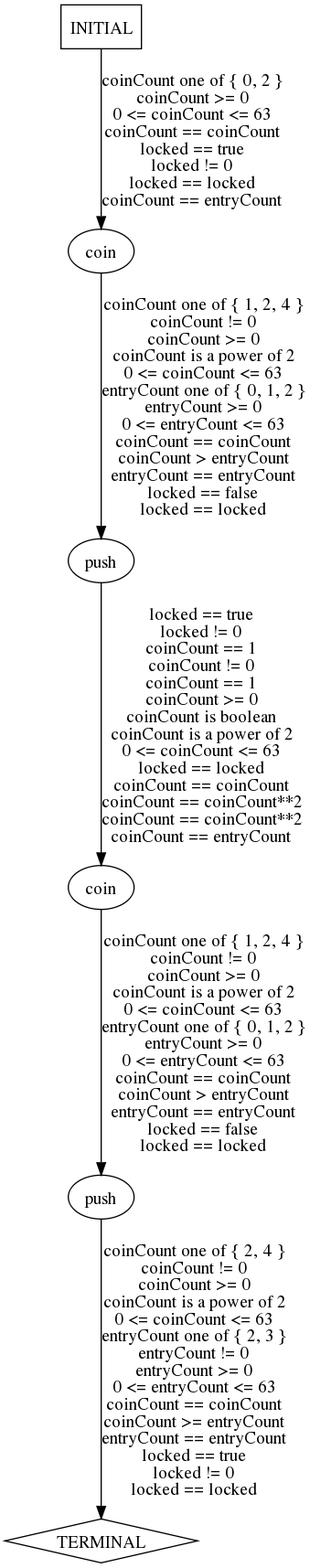
Earlier version of the Graphviz export traces/abstract/turnstile-example/predicted-paths/turnstile-example-test4.dot.png (ModelInference/synoptic). Its source is kept beside it as traces/abstract/turnstile-example/predicted-paths/turnstile-example-test4.dot. Source of this version:
```dot
digraph {
  0 [label="coin"];
  1 [label="coin"];
  2 [label="push"];
  3 [label="push"];
  4 [label="TERMINAL",shape=diamond];
  5 [label="INITIAL",shape=box];
0->2 [label="coinCount one of { 1, 2, 4 }\ncoinCount != 0\ncoinCount >= 0\ncoinCount is a power of 2\n0 <= coinCount <= 63\nentryCount one of { 0, 1, 2 }\nentryCount >= 0\n0 <= entryCount <= 63\ncoinCount == coinCount\ncoinCount > entryCount\nentryCount == entryCount\nlocked == false\nlocked == locked",];
1->3 [label="coinCount one of { 1, 2, 4 }\ncoinCount != 0\ncoinCount >= 0\ncoinCount is a power of 2\n0 <= coinCount <= 63\nentryCount one of { 0, 1, 2 }\nentryCount >= 0\n0 <= entryCount <= 63\ncoinCount == coinCount\ncoinCount > entryCount\nentryCount == entryCount\nlocked == false\nlocked == locked",];
2->1 [label="locked == true\nlocked != 0\ncoinCount == 1\ncoinCount != 0\ncoinCount == 1\ncoinCount >= 0\ncoinCount is boolean\ncoinCount is a power of 2\n0 <= coinCount <= 63\nlocked == locked\ncoinCount == coinCount\ncoinCount == coinCount**2\ncoinCount == coinCount**2\ncoinCount == entryCount",];
3->4 [label="coinCount one of { 2, 4 }\ncoinCount != 0\ncoinCount >= 0\ncoinCount is a power of 2\n0 <= coinCount <= 63\nentryCount one of { 2, 3 }\nentryCount != 0\nentryCount >= 0\n0 <= entryCount <= 63\ncoinCount == coinCount\ncoinCount >= entryCount\nentryCount == entryCount\nlocked == true\nlocked != 0\nlocked == locked",];
5->0 [label="coinCount one of { 0, 2 }\ncoinCount >= 0\n0 <= coinCount <= 63\ncoinCount == coinCount\nlocked == true\nlocked != 0\nlocked == locked\ncoinCount == entryCount",];
} // digraph {
```
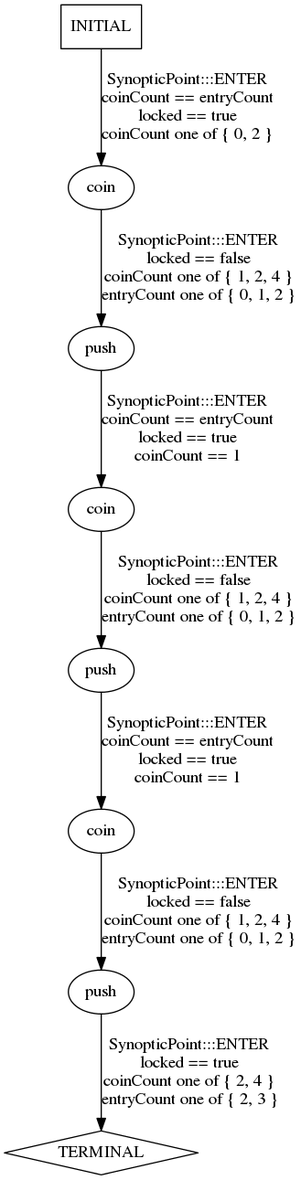
After the commit.

Change to the diagram source:
```diff
@@ -1,13 +1,17 @@
 digraph {
   0 [label="coin"];
   1 [label="coin"];
-  2 [label="push"];
+  2 [label="coin"];
   3 [label="push"];
-  4 [label="TERMINAL",shape=diamond];
-  5 [label="INITIAL",shape=box];
-0->2 [label="coinCount one of { 1, 2, 4 }\ncoinCount != 0\ncoinCount >= 0\ncoinCount is a power of 2\n0 <= coinCount <= 63\nentryCount one of { 0, 1, 2 }\nentryCount >= 0\n0 <= entryCount <= 63\ncoinCount == coinCount\ncoinCount > entryCount\nentryCount == entryCount\nlocked == false\nlocked == locked",];
-1->3 [label="coinCount one of { 1, 2, 4 }\ncoinCount != 0\ncoinCount >= 0\ncoinCount is a power of 2\n0 <= coinCount <= 63\nentryCount one of { 0, 1, 2 }\nentryCount >= 0\n0 <= entryCount <= 63\ncoinCount == coinCount\ncoinCount > entryCount\nentryCount == entryCount\nlocked == false\nlocked == locked",];
-2->1 [label="locked == true\nlocked != 0\ncoinCount == 1\ncoinCount != 0\ncoinCount == 1\ncoinCount >= 0\ncoinCount is boolean\ncoinCount is a power of 2\n0 <= coinCount <= 63\nlocked == locked\ncoinCount == coinCount\ncoinCount == coinCount**2\ncoinCount == coinCount**2\ncoinCount == entryCount",];
-3->4 [label="coinCount one of { 2, 4 }\ncoinCount != 0\ncoinCount >= 0\ncoinCount is a power of 2\n0 <= coinCount <= 63\nentryCount one of { 2, 3 }\nentryCount != 0\nentryCount >= 0\n0 <= entryCount <= 63\ncoinCount == coinCount\ncoinCount >= entryCount\nentryCount == entryCount\nlocked == true\nlocked != 0\nlocked == locked",];
-5->0 [label="coinCount one of { 0, 2 }\ncoinCount >= 0\n0 <= coinCount <= 63\ncoinCount == coinCount\nlocked == true\nlocked != 0\nlocked == locked\ncoinCount == entryCount",];
+  4 [label="push"];
+  5 [label="push"];
+  6 [label="TERMINAL",shape=diamond];
+  7 [label="INITIAL",shape=box];
+0->3 [label="SynopticPoint:::ENTER\nlocked == false\ncoinCount one of { 1, 2, 4 }\nentryCount one of { 0, 1, 2 }\n",];
+1->4 [label="SynopticPoint:::ENTER\nlocked == false\ncoinCount one of { 1, 2, 4 }\nentryCount one of { 0, 1, 2 }\n",];
+2->5 [label="SynopticPoint:::ENTER\nlocked == false\ncoinCount one of { 1, 2, 4 }\nentryCount one of { 0, 1, 2 }\n",];
+3->1 [label="SynopticPoint:::ENTER\ncoinCount == entryCount\nlocked == true\ncoinCount == 1\n",];
+4->2 [label="SynopticPoint:::ENTER\ncoinCount == entryCount\nlocked == true\ncoinCount == 1\n",];
+5->6 [label="SynopticPoint:::ENTER\nlocked == true\ncoinCount one of { 2, 4 }\nentryCount one of { 2, 3 }\n",];
+7->0 [label="SynopticPoint:::ENTER\ncoinCount == entryCount\nlocked == true\ncoinCount one of { 0, 2 }\n",];
 } // digraph {
```
